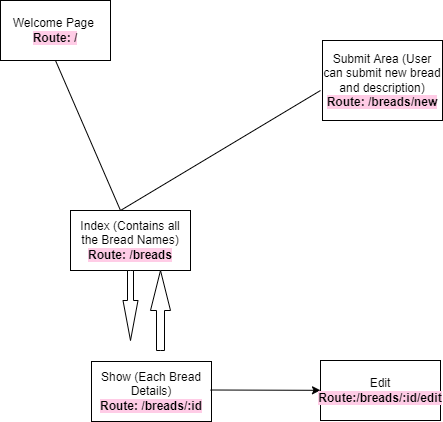
The draw.io diagram Rest-Rant Wireframe.drawio.png in Phalguni221/REST-rant, before a commit. Source tidied: cells renumbered, new cells last; positions are measured from the earlier drawing's top-left corner, leaving out a move shared by most shapes. The source it was exported from:
```xml
<mxGraphModel>
  <root>
    <mxCell id="0" />
    <mxCell id="1" parent="0" />
    <mxCell id="2" value="Welcome Page&amp;nbsp;&lt;br&gt;&lt;b style=&quot;background-color: rgb(255 , 204 , 230)&quot;&gt;Route: /&lt;/b&gt;" style="rounded=0;whiteSpace=wrap;html=1;" parent="1" vertex="1">
      <mxGeometry width="110" height="60" as="geometry" />
    </mxCell>
    <mxCell id="3" style="endArrow=none;html=1;rounded=0;entryX=0.5;entryY=1;entryDx=0;entryDy=0;" parent="1" edge="1" target="2">
      <mxGeometry relative="1" as="geometry">
        <mxPoint x="320" y="90" as="sourcePoint" />
        <Array as="points">
          <mxPoint x="120" y="210" />
        </Array>
      </mxGeometry>
    </mxCell>
    <mxCell id="4" value="Index (Contains all the Bread Names)&lt;br&gt;&lt;b style=&quot;background-color: rgb(255 , 204 , 230)&quot;&gt;Route: /breads&lt;/b&gt;" style="rounded=0;whiteSpace=wrap;html=1;" parent="1" vertex="1">
      <mxGeometry x="70" y="210" width="120" height="60" as="geometry" />
    </mxCell>
    <mxCell id="5" value="Show (Each Bread Details)&lt;br&gt;&lt;b style=&quot;background-color: rgb(255 , 204 , 230)&quot;&gt;Route: /breads/:id&lt;/b&gt;" style="rounded=0;whiteSpace=wrap;html=1;" parent="1" vertex="1">
      <mxGeometry x="91" y="361" width="120" height="60" as="geometry" />
    </mxCell>
    <mxCell id="6" value="Submit Area (User can submit new bread and description)&lt;br&gt;&lt;b style=&quot;background-color: rgb(255 , 204 , 230)&quot;&gt;Route: /breads/new&lt;/b&gt;" style="rounded=0;whiteSpace=wrap;html=1;" parent="1" vertex="1">
      <mxGeometry x="322" y="40" width="120" height="80" as="geometry" />
    </mxCell>
    <mxCell id="7" style="html=1;shadow=0;dashed=0;align=center;verticalAlign=middle;shape=mxgraph.arrows2.arrow;dy=0.6;dx=40;direction=south;notch=0;" parent="1" vertex="1">
      <mxGeometry x="122.5" y="270" width="15" height="70" as="geometry" />
    </mxCell>
    <mxCell id="8" style="html=1;shadow=0;dashed=0;align=center;verticalAlign=middle;shape=mxgraph.arrows2.arrow;dy=0.6;dx=40;direction=north;notch=0;" parent="1" vertex="1">
      <mxGeometry x="150" y="270" width="20" height="80" as="geometry" />
    </mxCell>
    <mxCell id="9" style="endArrow=classic;html=1;rounded=0;" parent="1" edge="1" target="10">
      <mxGeometry relative="1" as="geometry">
        <mxPoint x="210" y="389.5" as="sourcePoint" />
      </mxGeometry>
    </mxCell>
    <mxCell id="10" value="Edit&lt;br&gt;&lt;b style=&quot;background-color: rgb(255 , 204 , 230)&quot;&gt;Route:/breads/:id/edit&lt;/b&gt;" style="rounded=0;whiteSpace=wrap;html=1;" parent="1" vertex="1">
      <mxGeometry x="320" y="360" width="120" height="60" as="geometry" />
    </mxCell>
  </root>
</mxGraphModel>
```
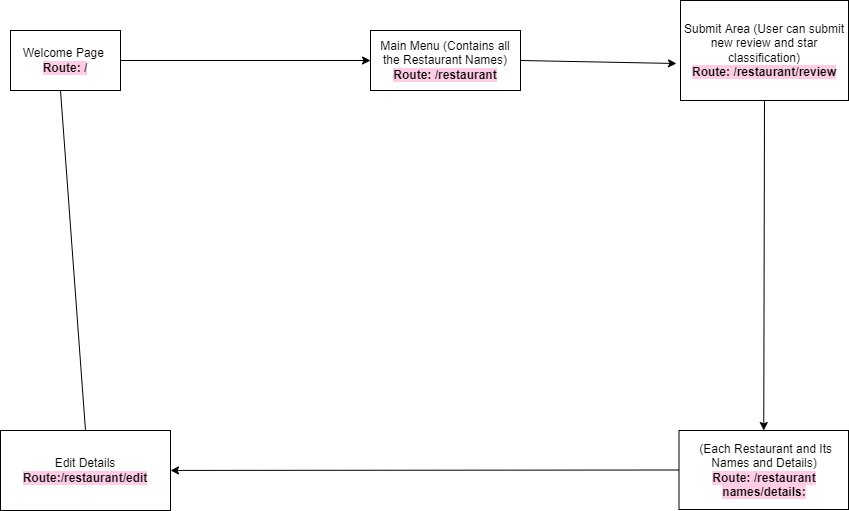
The same file after the commit.

What changed in the source:
```diff
@@ -2,39 +2,42 @@
   <root>
     <mxCell id="0" />
     <mxCell id="1" parent="0" />
-    <mxCell id="2" value="Welcome Page&amp;nbsp;&lt;br&gt;&lt;b style=&quot;background-color: rgb(255 , 204 , 230)&quot;&gt;Route: /&lt;/b&gt;" style="rounded=0;whiteSpace=wrap;html=1;" parent="1" vertex="1">
-      <mxGeometry width="110" height="60" as="geometry" />
-    </mxCell>
-    <mxCell id="3" style="endArrow=none;html=1;rounded=0;entryX=0.5;entryY=1;entryDx=0;entryDy=0;" parent="1" edge="1" target="2">
-      <mxGeometry relative="1" as="geometry">
-        <mxPoint x="320" y="90" as="sourcePoint" />
-        <Array as="points">
-          <mxPoint x="120" y="210" />
-        </Array>
-      </mxGeometry>
-    </mxCell>
-    <mxCell id="4" value="Index (Contains all the Bread Names)&lt;br&gt;&lt;b style=&quot;background-color: rgb(255 , 204 , 230)&quot;&gt;Route: /breads&lt;/b&gt;" style="rounded=0;whiteSpace=wrap;html=1;" parent="1" vertex="1">
-      <mxGeometry x="70" y="210" width="120" height="60" as="geometry" />
+    <mxCell id="4" value="Main Menu (Contains all the Restaurant Names)&lt;br&gt;&lt;b style=&quot;background-color: rgb(255 , 204 , 230)&quot;&gt;Route: /restaurant&lt;/b&gt;" style="rounded=0;whiteSpace=wrap;html=1;" parent="1" vertex="1">
+      <mxGeometry x="160" width="150" height="60" as="geometry" />
     </mxCell>
-    <mxCell id="5" value="Show (Each Bread Details)&lt;br&gt;&lt;b style=&quot;background-color: rgb(255 , 204 , 230)&quot;&gt;Route: /breads/:id&lt;/b&gt;" style="rounded=0;whiteSpace=wrap;html=1;" parent="1" vertex="1">
-      <mxGeometry x="91" y="361" width="120" height="60" as="geometry" />
+    <mxCell id="5" value="&amp;nbsp;(Each Restaurant and Its Names and Details)&lt;br&gt;&lt;b style=&quot;background-color: rgb(255 , 204 , 230)&quot;&gt;Route: /restaurant names/details:&lt;/b&gt;" style="rounded=0;whiteSpace=wrap;html=1;" parent="1" vertex="1">
+      <mxGeometry x="468.5" y="400" width="169.5" height="79" as="geometry" />
     </mxCell>
-    <mxCell id="6" value="Submit Area (User can submit new bread and description)&lt;br&gt;&lt;b style=&quot;background-color: rgb(255 , 204 , 230)&quot;&gt;Route: /breads/new&lt;/b&gt;" style="rounded=0;whiteSpace=wrap;html=1;" parent="1" vertex="1">
-      <mxGeometry x="322" y="40" width="120" height="80" as="geometry" />
+    <mxCell id="6" value="Submit Area (User can submit new review and star classification)&lt;br&gt;&lt;b style=&quot;background-color: rgb(255 , 204 , 230)&quot;&gt;Route: /restaurant/review&lt;/b&gt;" style="rounded=0;whiteSpace=wrap;html=1;" parent="1" vertex="1">
+      <mxGeometry x="470" y="-30" width="168" height="100" as="geometry" />
     </mxCell>
-    <mxCell id="7" style="html=1;shadow=0;dashed=0;align=center;verticalAlign=middle;shape=mxgraph.arrows2.arrow;dy=0.6;dx=40;direction=south;notch=0;" parent="1" vertex="1">
-      <mxGeometry x="122.5" y="270" width="15" height="70" as="geometry" />
-    </mxCell>
-    <mxCell id="8" style="html=1;shadow=0;dashed=0;align=center;verticalAlign=middle;shape=mxgraph.arrows2.arrow;dy=0.6;dx=40;direction=north;notch=0;" parent="1" vertex="1">
-      <mxGeometry x="150" y="270" width="20" height="80" as="geometry" />
-    </mxCell>
-    <mxCell id="9" style="endArrow=classic;html=1;rounded=0;" parent="1" edge="1" target="10">
-      <mxGeometry relative="1" as="geometry">
-        <mxPoint x="210" y="389.5" as="sourcePoint" />
-      </mxGeometry>
+    <mxCell id="9" style="endArrow=classic;html=1;rounded=0;exitX=0;exitY=0.5;exitDx=0;exitDy=0;" parent="1" edge="1" source="5" target="10">
+      <mxGeometry relative="1" as="geometry" />
     </mxCell>
-    <mxCell id="10" value="Edit&lt;br&gt;&lt;b style=&quot;background-color: rgb(255 , 204 , 230)&quot;&gt;Route:/breads/:id/edit&lt;/b&gt;" style="rounded=0;whiteSpace=wrap;html=1;" parent="1" vertex="1">
-      <mxGeometry x="320" y="360" width="120" height="60" as="geometry" />
+    <mxCell id="10" value="Edit Details&lt;br&gt;&lt;b style=&quot;background-color: rgb(255 , 204 , 230)&quot;&gt;Route:/restaurant/edit&lt;/b&gt;" style="rounded=0;whiteSpace=wrap;html=1;" parent="1" vertex="1">
+      <mxGeometry x="-210" y="400" width="170" height="80" as="geometry" />
     </mxCell>
+    <mxCell id="11" style="endArrow=classic;html=1;rounded=0;exitX=0.5;exitY=1;exitDx=0;exitDy=0;entryX=0.5;entryY=0;entryDx=0;entryDy=0;" parent="1" edge="1" source="6" target="5">
+      <mxGeometry relative="1" as="geometry" />
+    </mxCell>
+    <mxCell id="12" style="endArrow=classic;html=1;rounded=0;exitX=1;exitY=0.5;exitDx=0;exitDy=0;entryX=0;entryY=0.5;entryDx=0;entryDy=0;" parent="1" edge="1" source="2" target="4">
+      <mxGeometry relative="1" as="geometry" />
+    </mxCell>
+    <mxCell id="13" style="endArrow=classic;html=1;rounded=0;exitX=1;exitY=0.5;exitDx=0;exitDy=0;entryX=-0.024;entryY=0.63;entryDx=0;entryDy=0;entryPerimeter=0;" parent="1" edge="1" source="4" target="6">
+      <mxGeometry relative="1" as="geometry" />
+    </mxCell>
+    <mxCell id="14" style="endArrow=classic;html=1;rounded=0;exitX=0.5;exitY=0;exitDx=0;exitDy=0;startArrow=none;" parent="1" edge="1" source="2">
+      <mxGeometry relative="1" as="geometry">
+        <mxPoint x="-145" y="60" as="targetPoint" />
+      </mxGeometry>
+    </mxCell>
+    <mxCell id="2" value="Welcome Page&amp;nbsp;&lt;br&gt;&lt;b style=&quot;background-color: rgb(255 , 204 , 230)&quot;&gt;Route: /&lt;/b&gt;" style="rounded=0;whiteSpace=wrap;html=1;" parent="1" vertex="1">
+      <mxGeometry x="-200" width="110" height="60" as="geometry" />
+    </mxCell>
+    <mxCell id="15" style="endArrow=none;html=1;rounded=0;exitX=0.5;exitY=0;exitDx=0;exitDy=0;" parent="1" edge="1" source="10">
+      <mxGeometry relative="1" as="geometry">
+        <mxPoint x="-150" y="60" as="targetPoint" />
+      </mxGeometry>
+    </mxCell>
   </root>
 </mxGraphModel>
```
